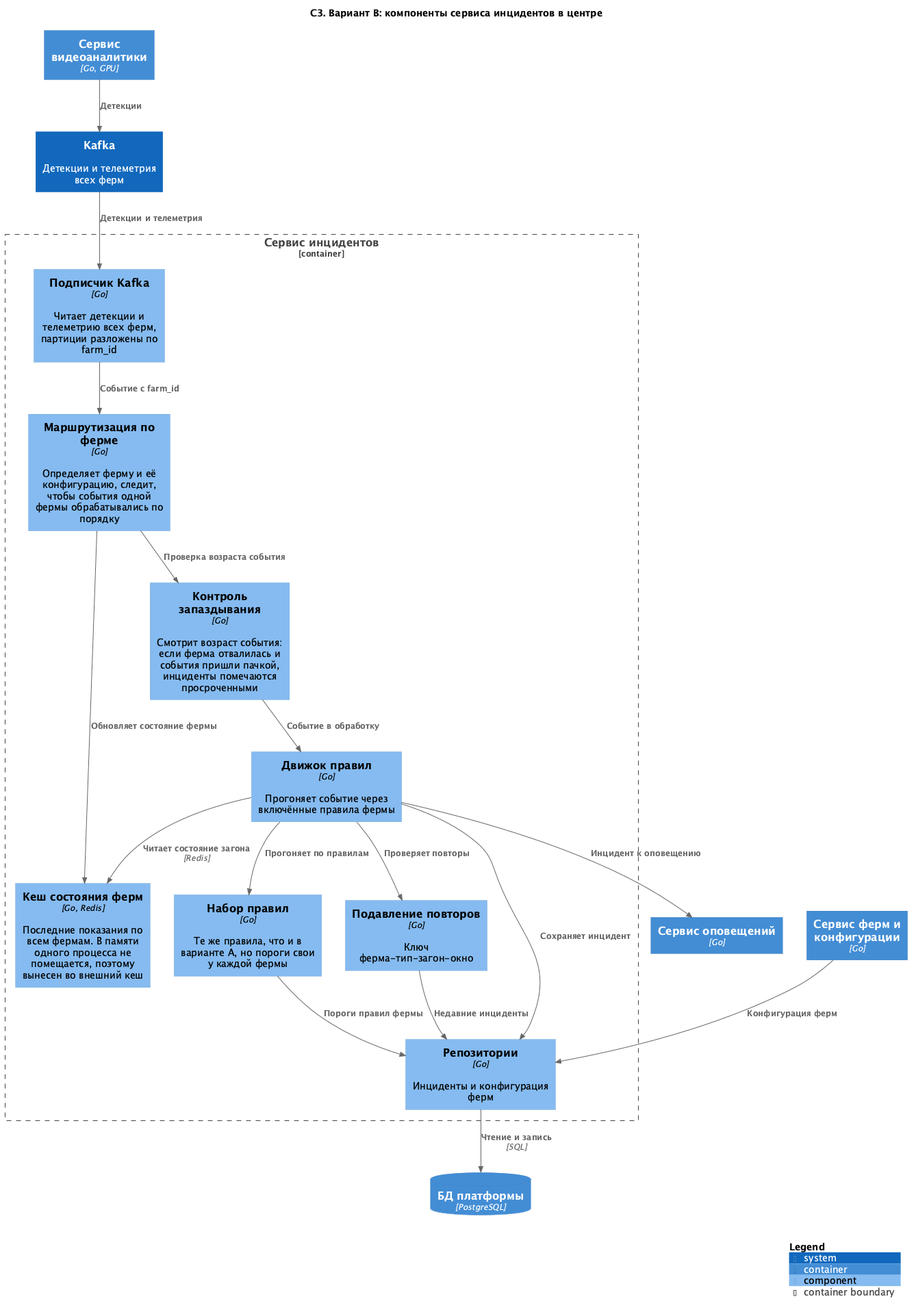
The PlantUML diagram Task3/C3-alternative.png in FCTL3314/MSA-AgroTech, before a commit.
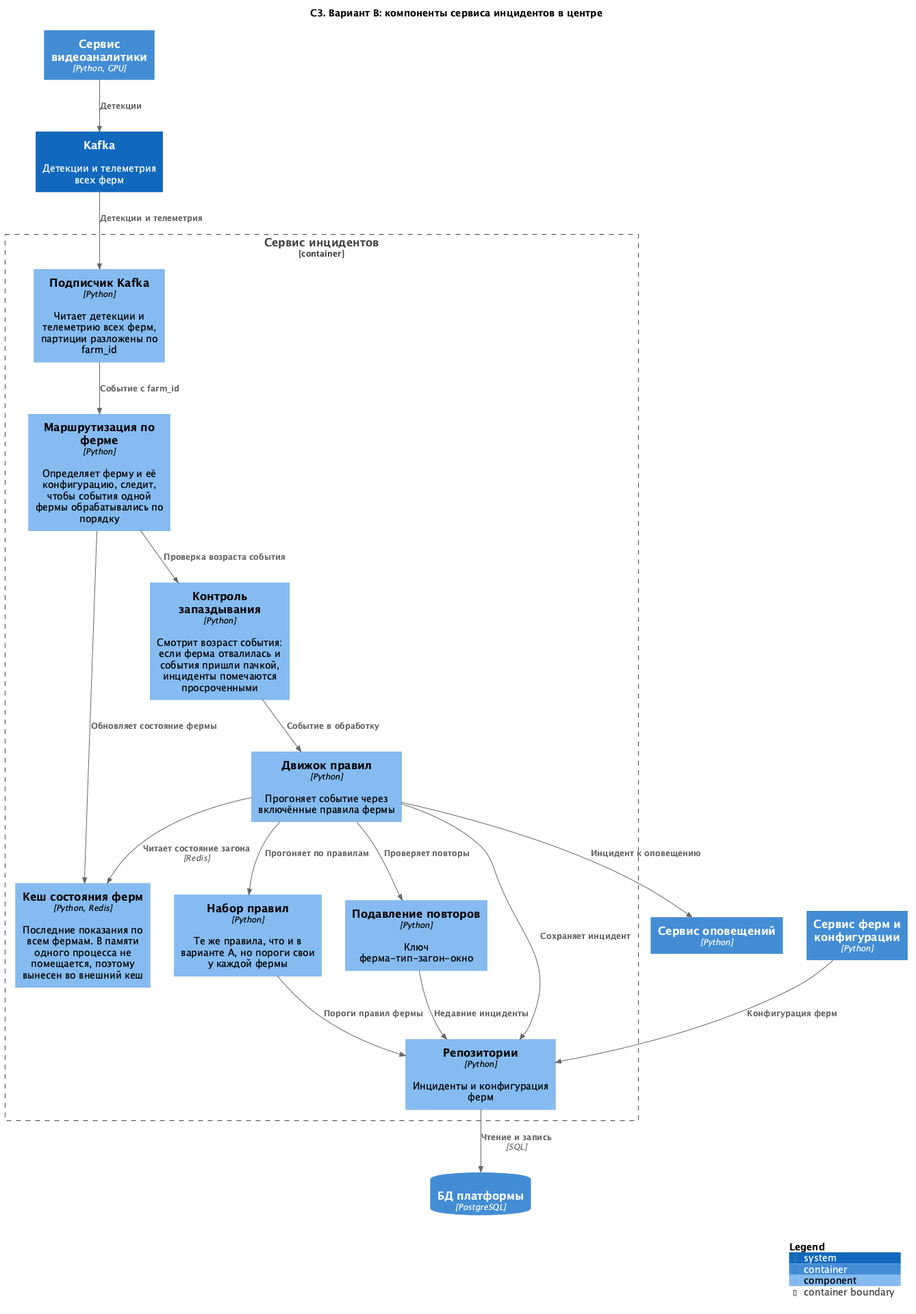
After the change.

The edit, as a diff of the source:
```diff
@@ -3,21 +3,21 @@
 
 title C3. Вариант B: компоненты сервиса инцидентов в центре
 
-Container(video, "Сервис видеоаналитики", "Go, GPU")
+Container(video, "Сервис видеоаналитики", "Python, GPU")
 System(kafka, "Kafka", "Детекции и телеметрия всех ферм")
 ContainerDb(centraldb, "БД платформы", "PostgreSQL")
-Container(notify, "Сервис оповещений", "Go")
-Container(fleet, "Сервис ферм и конфигурации", "Go")
+Container(notify, "Сервис оповещений", "Python")
+Container(fleet, "Сервис ферм и конфигурации", "Python")
 
 Container_Boundary(incidents, "Сервис инцидентов") {
-  Component(consumer, "Подписчик Kafka", "Go", "Читает детекции и телеметрию всех ферм, партиции разложены по farm_id")
-  Component(router, "Маршрутизация по ферме", "Go", "Определяет ферму и её конфигурацию, следит, чтобы события одной фермы обрабатывались по порядку")
-  Component(state, "Кеш состояния ферм", "Go, Redis", "Последние показания по всем фермам. В памяти одного процесса не помещается, поэтому вынесен во внешний кеш")
-  Component(engine, "Движок правил", "Go", "Прогоняет событие через включённые правила фермы")
-  Component(rules, "Набор правил", "Go", "Те же правила, что и в варианте A, но пороги свои у каждой фермы")
-  Component(suppress, "Подавление повторов", "Go", "Ключ ферма-тип-загон-окно")
-  Component(repo, "Репозитории", "Go", "Инциденты и конфигурация ферм")
-  Component(lag, "Контроль запаздывания", "Go", "Смотрит возраст события: если ферма отвалилась и события пришли пачкой, инциденты помечаются просроченными")
+  Component(consumer, "Подписчик Kafka", "Python", "Читает детекции и телеметрию всех ферм, партиции разложены по farm_id")
+  Component(router, "Маршрутизация по ферме", "Python", "Определяет ферму и её конфигурацию, следит, чтобы события одной фермы обрабатывались по порядку")
+  Component(state, "Кеш состояния ферм", "Python, Redis", "Последние показания по всем фермам. В памяти одного процесса не помещается, поэтому вынесен во внешний кеш")
+  Component(engine, "Движок правил", "Python", "Прогоняет событие через включённые правила фермы")
+  Component(rules, "Набор правил", "Python", "Те же правила, что и в варианте A, но пороги свои у каждой фермы")
+  Component(suppress, "Подавление повторов", "Python", "Ключ ферма-тип-загон-окно")
+  Component(repo, "Репозитории", "Python", "Инциденты и конфигурация ферм")
+  Component(lag, "Контроль запаздывания", "Python", "Смотрит возраст события: если ферма отвалилась и события пришли пачкой, инциденты помечаются просроченными")
 }
 
 Rel(video, kafka, "Детекции")
```
